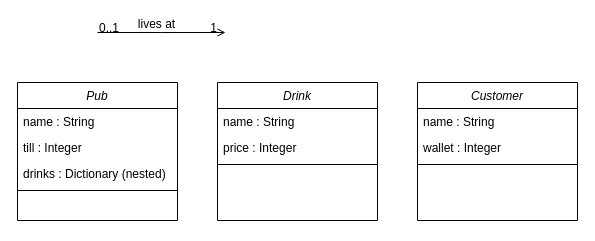
Above: ClassDiagram.drawio in Michalju/week2_day3_PubLab (draw.io), before the change. Source tidied: cells renumbered, new cells numbered last; positions are measured from the earlier drawing's top-left corner, leaving out a move shared by most shapes. Both pictures are drawn from the tidied source at 100%, with x=0, y=0 at pixel (17, 32).
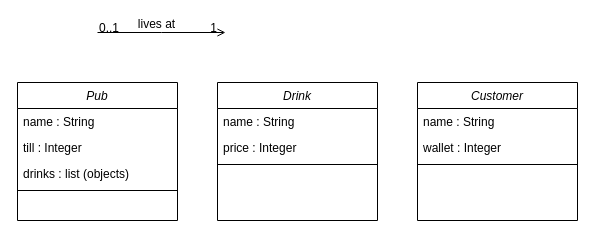
The same page after the edit.

Commit message (it also covers changes not shown here):
created pub class

Unchanged cells that the change refers to:
```xml
<mxCell id="2" value="Pub" style="swimlane;fontStyle=2;align=center;verticalAlign=top;horizontal=1;startSize=26;rounded=0;shadow=0;strokeWidth=1;" parent="1" vertex="1">
  <mxGeometry y="50" width="160" height="138" as="geometry" />
</mxCell>
```

The edit, as a diff of the source:
```diff
@@
-    <mxCell id="5" value="drinks : Dictionary (nested)" style="text;align=left;verticalAlign=top;spacingLeft=4;spacingRight=4;overflow=hidden;rounded=0;shadow=0;html=0;" parent="2" vertex="1">
+    <mxCell id="5" value="drinks : list (objects) " style="text;align=left;verticalAlign=top;spacingLeft=4;spacingRight=4;overflow=hidden;rounded=0;shadow=0;html=0;" parent="2" vertex="1">
       <mxGeometry y="78" width="160" height="26" as="geometry" />
     </mxCell>
```
